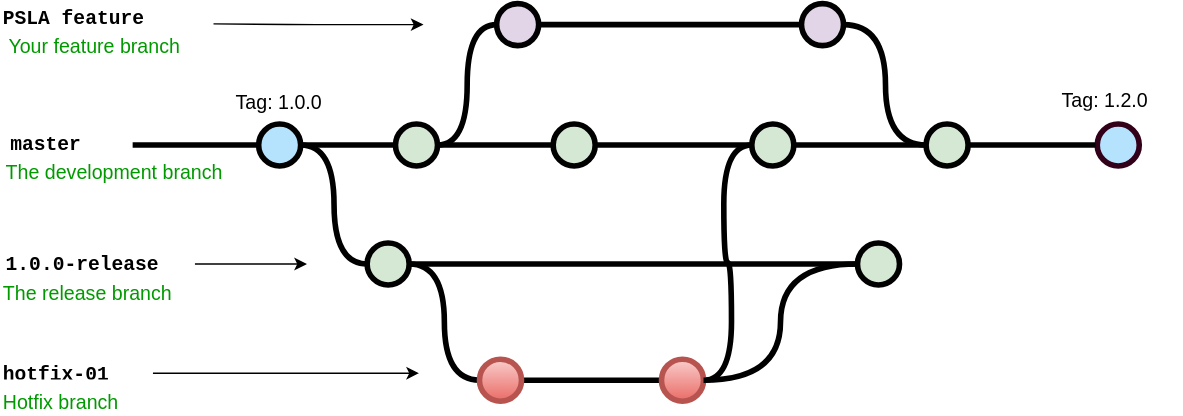
This is images/git/Workflow Accession.svg from salviadev/phoenixdoc, a draw.io export, as it was before one commit. Source tidied: cells renumbered, new cells last; positions are measured from the earlier drawing's top-left corner, leaving out a move shared by most shapes.
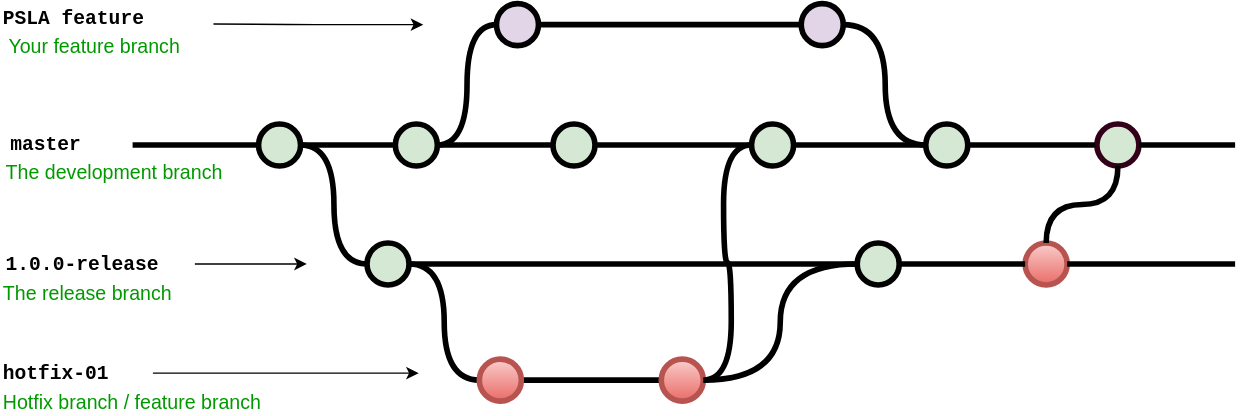
The same file after the commit.

Diff of the diagram source:
```diff
@@ -5,10 +5,10 @@
     <mxCell id="2" style="edgeStyle=orthogonalEdgeStyle;curved=1;rounded=0;html=1;exitX=1;exitY=0.5;exitPerimeter=0;entryX=0;entryY=0.5;entryPerimeter=0;endArrow=none;endFill=0;jettySize=auto;strokeWidth=4;fontSize=15;" parent="1" edge="1" source="3" target="8">
       <mxGeometry relative="1" as="geometry" />
     </mxCell>
-    <mxCell id="3" style="verticalLabelPosition=bottom;verticalAlign=top;html=1;strokeWidth=4;shape=mxgraph.flowchart.on-page_reference;plain-blue;gradientColor=none;fillColor=#B5E3Fe;strokeColor=#000000;" parent="1" vertex="1">
+    <mxCell id="3" style="verticalLabelPosition=bottom;verticalAlign=top;html=1;strokeWidth=4;shape=mxgraph.flowchart.on-page_reference;plain-blue;gradientColor=none;strokeColor=#000000;fillColor=#D5E8D4;" parent="1" vertex="1">
       <mxGeometry x="184.2" y="86" width="30" height="30" as="geometry" />
     </mxCell>
-    <mxCell id="4" style="verticalLabelPosition=bottom;verticalAlign=top;html=1;strokeWidth=4;shape=mxgraph.flowchart.on-page_reference;plain-blue;gradientColor=none;strokeColor=#33001A;fillColor=#B5E3FE;" parent="1" vertex="1">
+    <mxCell id="4" style="verticalLabelPosition=bottom;verticalAlign=top;html=1;strokeWidth=4;shape=mxgraph.flowchart.on-page_reference;plain-blue;gradientColor=none;strokeColor=#33001A;fillColor=#D5E8D4;" parent="1" vertex="1">
       <mxGeometry x="783.2" y="86" width="30" height="30" as="geometry" />
     </mxCell>
     <mxCell id="5" style="edgeStyle=orthogonalEdgeStyle;rounded=0;html=1;jettySize=auto;strokeWidth=4;endArrow=none;endFill=0;" parent="1" edge="1" target="3">
@@ -57,7 +57,7 @@
     <mxCell id="17" value="PSLA feature" style="text;html=1;strokeColor=none;fillColor=none;align=left;verticalAlign=middle;whiteSpace=wrap;overflow=hidden;fontSize=14;fontStyle=1;fontFamily=Courier New;" parent="1" vertex="1">
       <mxGeometry x="0.4" width="240" height="20" as="geometry" />
     </mxCell>
-    <mxCell id="18" value="Hotfix branch" style="text;html=1;strokeColor=none;fillColor=none;align=left;verticalAlign=middle;whiteSpace=wrap;overflow=hidden;fontSize=14;fontStyle=0;fontColor=#009900;" parent="1" vertex="1">
+    <mxCell id="18" value="Hotfix branch / feature branch" style="text;html=1;strokeColor=none;fillColor=none;align=left;verticalAlign=middle;whiteSpace=wrap;overflow=hidden;fontSize=14;fontStyle=0;fontColor=#009900;" parent="1" vertex="1">
       <mxGeometry x="0.4" y="274" width="240" height="20" as="geometry" />
     </mxCell>
     <mxCell id="19" value="Your feature branch" style="text;html=1;strokeColor=none;fillColor=none;align=left;verticalAlign=middle;whiteSpace=wrap;overflow=hidden;fontSize=14;fontStyle=0;fontColor=#009900;" parent="1" vertex="1">
@@ -90,12 +90,6 @@
         <mxPoint x="218.8" y="186" as="targetPoint" />
       </mxGeometry>
     </mxCell>
-    <mxCell id="25" value="Tag: 1.0.0" style="text;html=1;strokeColor=none;fillColor=none;align=center;verticalAlign=middle;whiteSpace=wrap;overflow=hidden;fontSize=14;" parent="1" vertex="1">
-      <mxGeometry x="164.2" y="60" width="70" height="20" as="geometry" />
-    </mxCell>
-    <mxCell id="26" value="Tag: 1.2.0" style="text;html=1;strokeColor=none;fillColor=none;align=center;verticalAlign=middle;whiteSpace=wrap;overflow=hidden;fontSize=14;" parent="1" vertex="1">
-      <mxGeometry x="734.2" y="58" width="110" height="20" as="geometry" />
-    </mxCell>
     <mxCell id="27" style="verticalLabelPosition=bottom;verticalAlign=top;html=1;strokeWidth=4;shape=mxgraph.flowchart.on-page_reference;plain-purple;gradientColor=none;strokeColor=#000000;fillColor=#D5E8D4;" parent="1" vertex="1">
       <mxGeometry x="282" y="86" width="30" height="30" as="geometry" />
     </mxCell>
@@ -143,5 +137,29 @@
         <mxPoint x="782" y="101" as="targetPoint" />
       </mxGeometry>
     </mxCell>
+    <mxCell id="42" style="edgeStyle=orthogonalEdgeStyle;curved=1;rounded=0;jettySize=auto;html=1;endArrow=none;endFill=0;strokeWidth=4;fontFamily=Courier New;fontColor=#009900;exitX=1;exitY=0.5;exitDx=0;exitDy=0;exitPerimeter=0;" parent="1" edge="1" source="44">
+      <mxGeometry relative="1" as="geometry">
+        <mxPoint x="759" y="181" as="targetPoint" />
+      </mxGeometry>
+    </mxCell>
+    <mxCell id="43" style="edgeStyle=orthogonalEdgeStyle;curved=1;rounded=0;jettySize=auto;html=1;endArrow=none;endFill=0;strokeWidth=4;fontFamily=Courier New;fontColor=#009900;exitX=1;exitY=0.5;exitDx=0;exitDy=0;exitPerimeter=0;" parent="1" edge="1" source="4">
+      <mxGeometry relative="1" as="geometry">
+        <mxPoint x="882" y="101" as="targetPoint" />
+      </mxGeometry>
+    </mxCell>
+    <mxCell id="44" style="verticalLabelPosition=bottom;verticalAlign=top;html=1;strokeWidth=4;shape=mxgraph.flowchart.on-page_reference;plain-blue;gradientColor=#EA6B66;strokeColor=#B85450;fillColor=#F8CECC;" parent="1" vertex="1">
+      <mxGeometry x="732" y="171" width="30" height="30" as="geometry" />
+    </mxCell>
+    <mxCell id="45" style="edgeStyle=orthogonalEdgeStyle;curved=1;rounded=0;jettySize=auto;html=1;endArrow=none;endFill=0;strokeWidth=4;fontFamily=Courier New;fontColor=#009900;exitX=1;exitY=0.5;exitDx=0;exitDy=0;exitPerimeter=0;" parent="1" edge="1" source="9" target="44">
+      <mxGeometry relative="1" as="geometry" />
+    </mxCell>
+    <mxCell id="46" style="edgeStyle=orthogonalEdgeStyle;curved=1;rounded=0;jettySize=auto;html=1;endArrow=none;endFill=0;strokeWidth=4;fontFamily=Courier New;fontColor=#009900;exitX=1;exitY=0.5;exitDx=0;exitDy=0;exitPerimeter=0;" parent="1" edge="1" source="44">
+      <mxGeometry relative="1" as="geometry">
+        <mxPoint x="882" y="186" as="targetPoint" />
+      </mxGeometry>
+    </mxCell>
+    <mxCell id="47" style="edgeStyle=orthogonalEdgeStyle;curved=1;rounded=0;jettySize=auto;html=1;exitX=0.5;exitY=0;exitDx=0;exitDy=0;exitPerimeter=0;entryX=0.5;entryY=1;entryDx=0;entryDy=0;entryPerimeter=0;endArrow=none;endFill=0;strokeWidth=4;fontFamily=Courier New;fontColor=#009900;" parent="1" edge="1" source="44" target="4">
+      <mxGeometry relative="1" as="geometry" />
+    </mxCell>
   </root>
 </mxGraphModel>
```
